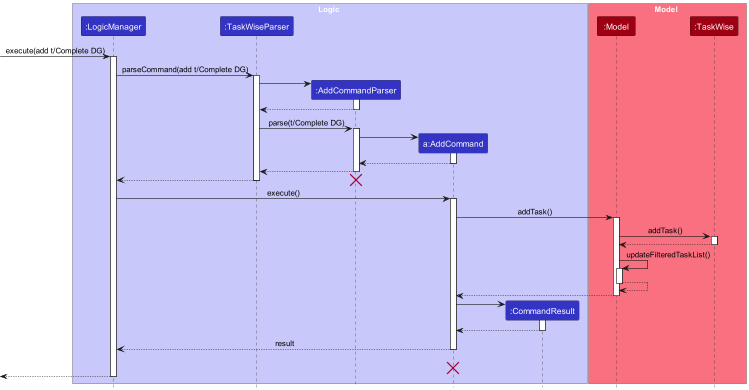
The PlantUML diagram docs/images/AddSequenceDiagram.png in seantehds/tp, before a commit.
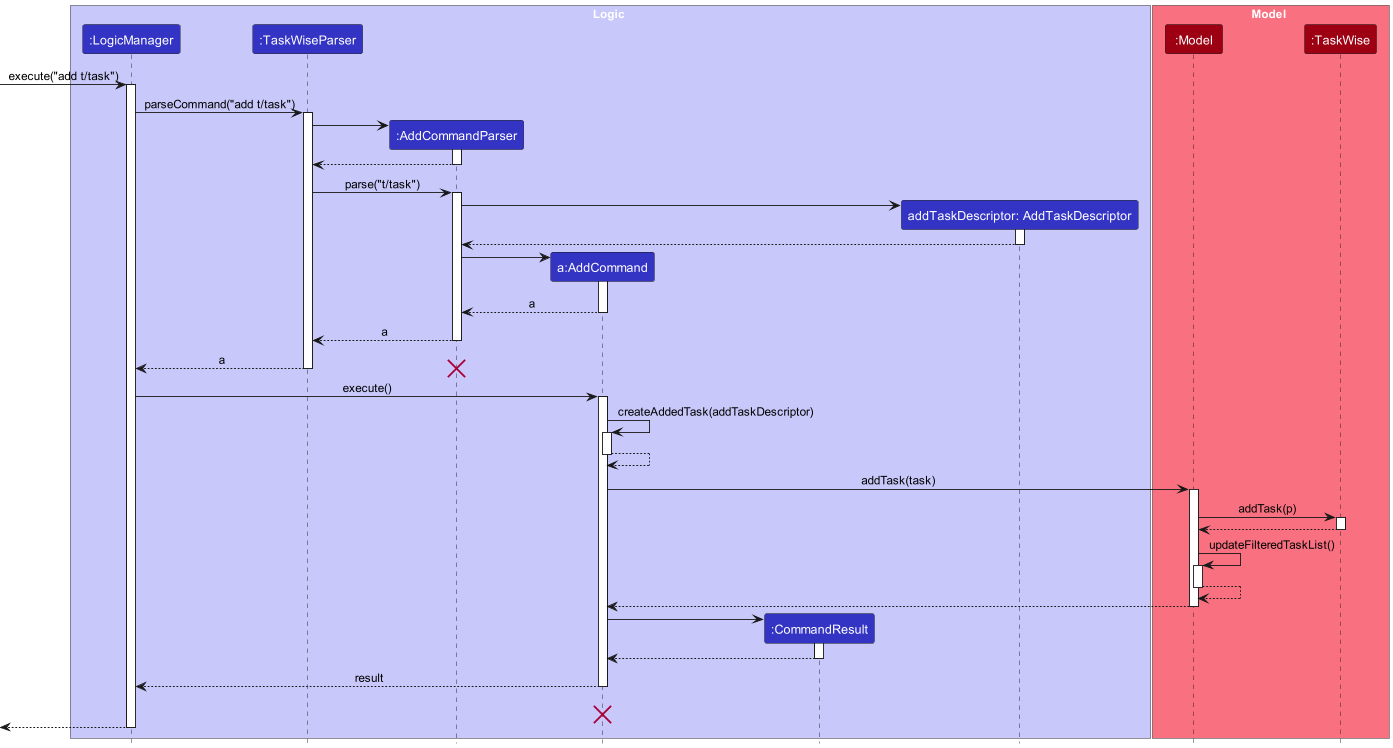
Later version of the same file.

What changed in the source:
```diff
@@ -8,6 +8,7 @@
 participant ":AddCommandParser" as AddCommandParser LOGIC_COLOR
 participant "a:AddCommand" as AddCommand LOGIC_COLOR
 participant ":CommandResult" as CommandResult LOGIC_COLOR
+participant "addTaskDescriptor: AddTaskDescriptor" as AddTaskDescriptor LOGIC_COLOR
 end box
 
 box Model MODEL_COLOR_T1
@@ -15,10 +16,10 @@
 participant ":TaskWise" as TaskWise MODEL_COLOR
 end box
 
-[-> LogicManager : execute(add t/Complete DG)
+[-> LogicManager : execute("add t/task")
 activate LogicManager
 
-LogicManager -> TaskWiseParser : parseCommand(add t/Complete DG)
+LogicManager -> TaskWiseParser : parseCommand("add t/task")
 activate TaskWiseParser
 
 create AddCommandParser
@@ -28,30 +29,43 @@
 AddCommandParser --> TaskWiseParser
 deactivate AddCommandParser
 
-TaskWiseParser -> AddCommandParser : parse(t/Complete DG)
+TaskWiseParser -> AddCommandParser : parse("t/task")
 activate AddCommandParser
+
+create AddTaskDescriptor
+AddCommandParser -> AddTaskDescriptor
+activate AddTaskDescriptor
+
+AddTaskDescriptor --> AddCommandParser
+deactivate AddTaskDescriptor
 
 create AddCommand
 AddCommandParser -> AddCommand
 activate AddCommand
 
-AddCommand --> AddCommandParser
+AddCommand --> AddCommandParser : a
 deactivate AddCommand
 
-AddCommandParser --> TaskWiseParser
+AddCommandParser --> TaskWiseParser : a
 deactivate AddCommandParser
 
-TaskWiseParser --> LogicManager
+TaskWiseParser --> LogicManager : a
 deactivate TaskWiseParser
 destroy AddCommandParser
 
 LogicManager -> AddCommand : execute()
 activate AddCommand
 
-AddCommand -> Model : addTask()
+AddCommand -> AddCommand : createAddedTask(addTaskDescriptor)
+activate AddCommand
+
+AddCommand --> AddCommand
+deactivate AddCommand
+
+AddCommand -> Model : addTask(task)
 activate Model
 
-Model -> TaskWise : addTask()
+Model -> TaskWise : addTask(p)
 activate TaskWise
 
 TaskWise --> Model
```
